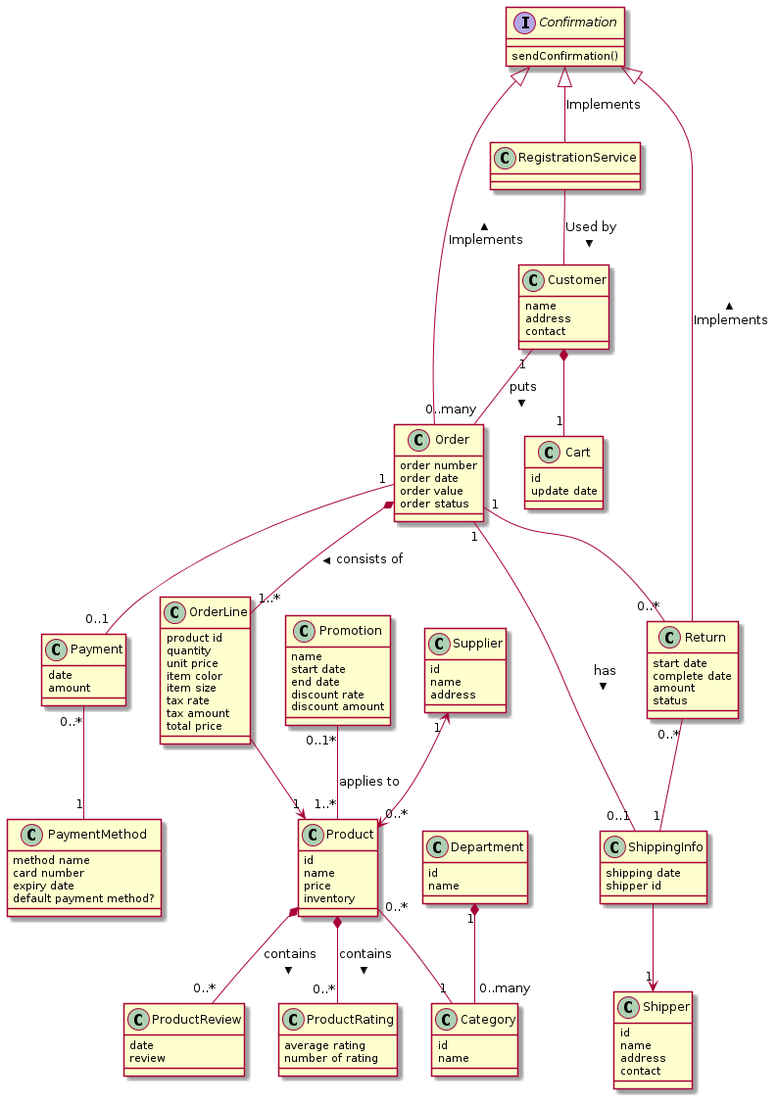
badalsarkar/amazingshop keeps this PlantUML diagram as docs/systemDesign/class.png. Above is the earlier version.
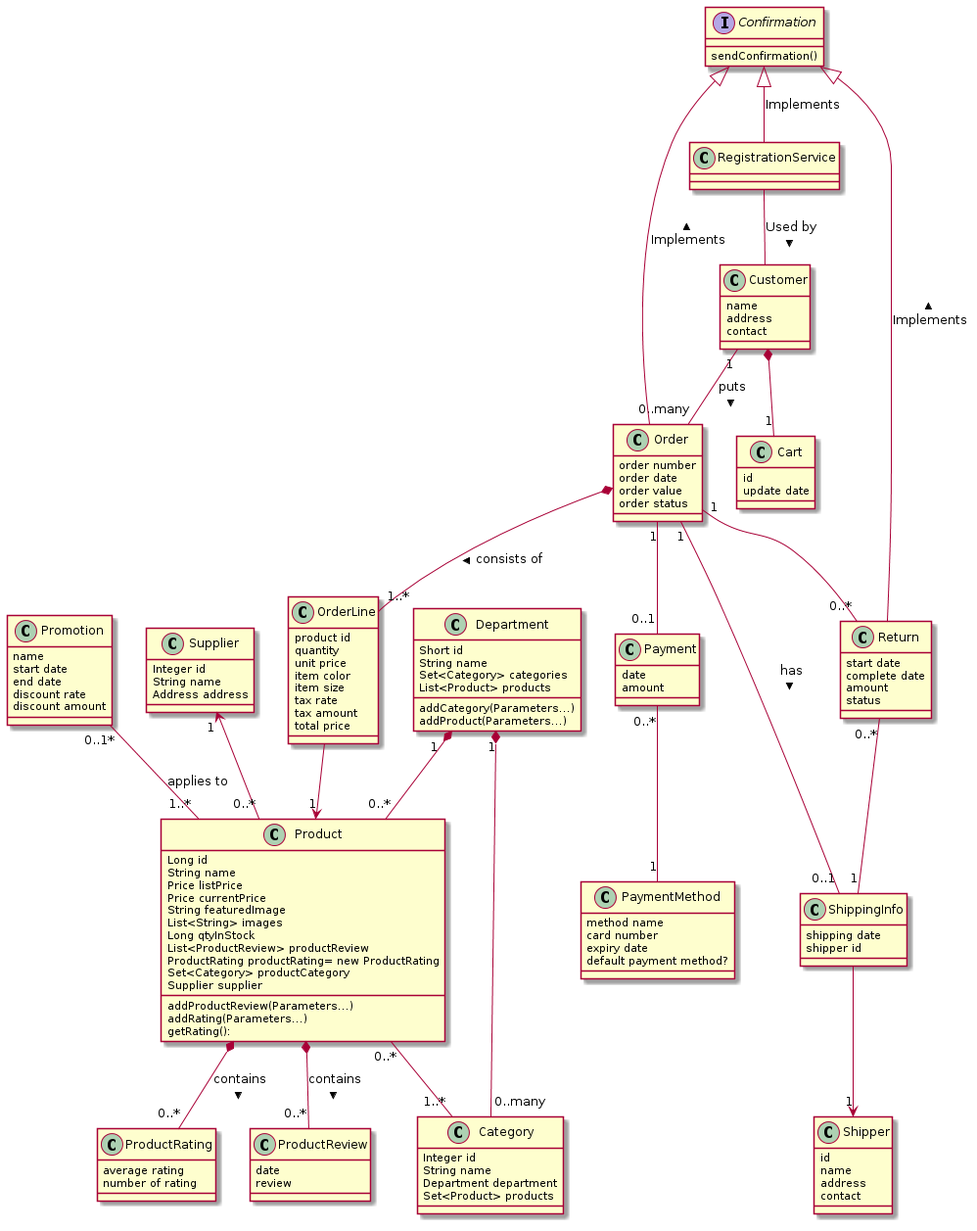
After the commit.

Commit message:
Update class diagram

Diff of the diagram source:
```diff
@@ -1,17 +1,33 @@
 @startuml
 class Department {
-    id
-    name
+    Short id
+    String name
+    Set<Category> categories
+    List<Product> products
+    addCategory(Parameters...)
+    addProduct(Parameters...)
 }
 class Category {
-    id
-    name
+    Integer id
+    String name
+    Department department
+    Set<Product> products
 }
 class Product {
-    id
-    name
-    price
-    inventory
+    Long id
+    String name
+    Price listPrice
+    Price currentPrice
+    String featuredImage
+    List<String> images
+    Long qtyInStock
+    List<ProductReview> productReview
+    ProductRating productRating= new ProductRating
+    Set<Category> productCategory
+    Supplier supplier
+    addProductReview(Parameters...)
+    addRating(Parameters...)
+    getRating():
 }
 
 class Cart {
@@ -64,9 +80,9 @@
     number of rating
 }
 class Supplier {
-    id
-    name
-    address
+    Integer id
+    String name
+    Address address
 }
 class Promotion {
     name
@@ -95,11 +111,12 @@
 }
 
 Department "1" *-- "0..many" Category
-Product "0..*" -- "1" Category
+Department "1  " *-- "0..*" Product
+Product "0..*" -- "1..*" Category
 Product *-- "0..*" ProductReview : contains >
 Product *-- "0..*" ProductRating : contains >
 Promotion "0..1*" -- "1..*" Product : applies to
-Supplier "1 " <--> "0..*" Product
+Supplier "1 " <-- "0..*" Product
 Confirmation <|-- RegistrationService : Implements
 RegistrationService -- Customer : Used by >
 Customer *-- "1" Cart
```
